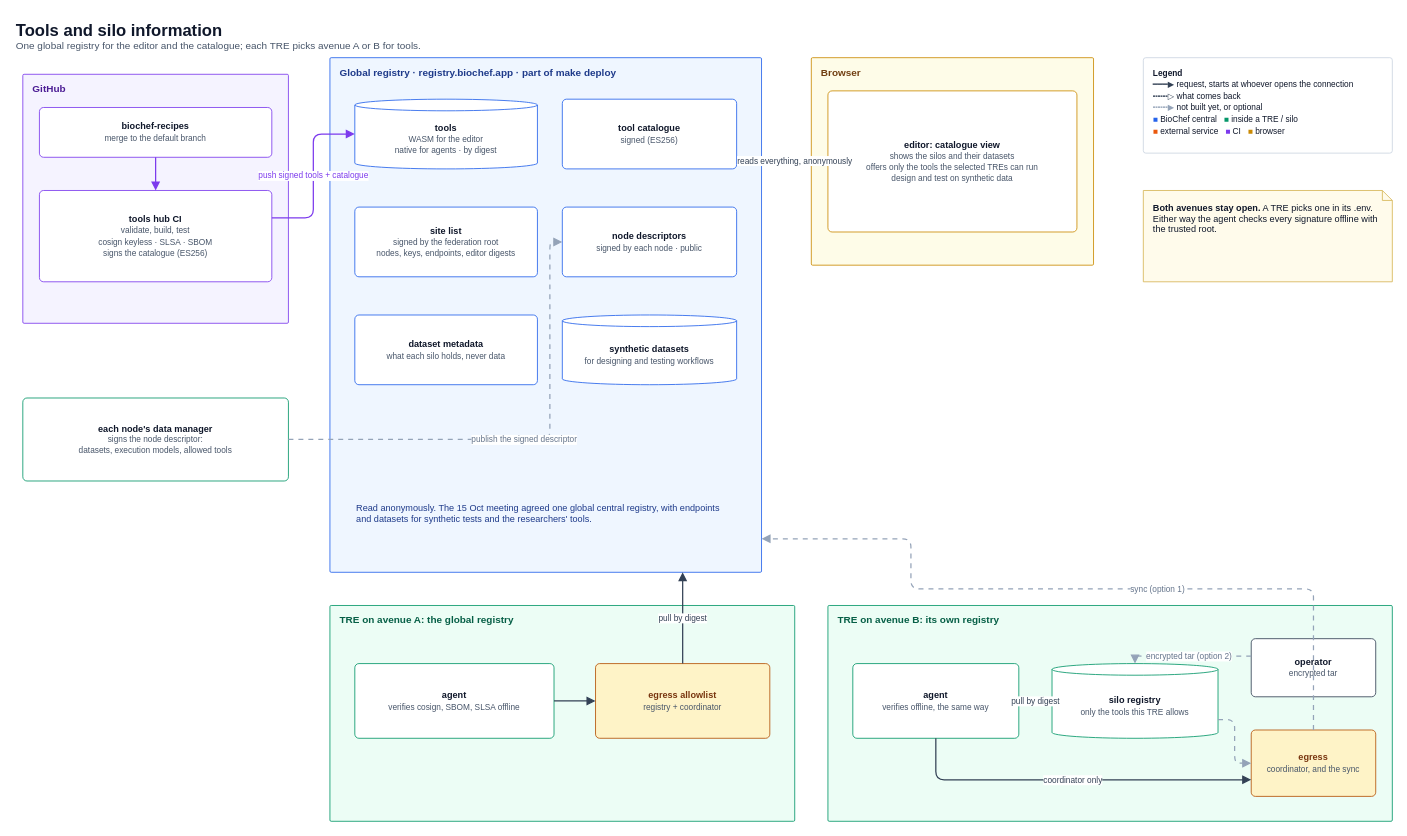
Earlier version of the draw.io diagram docs/diagrams/07-registry-catalogue.drawio (ieeta-pt/biochef-infra). Source tidied: cells renumbered, new cells numbered last; positions are measured from the earlier drawing's top-left corner, leaving out a move shared by most shapes. Both pictures are drawn from the tidied source at 83%, with x=0, y=0 at pixel (14, 14).
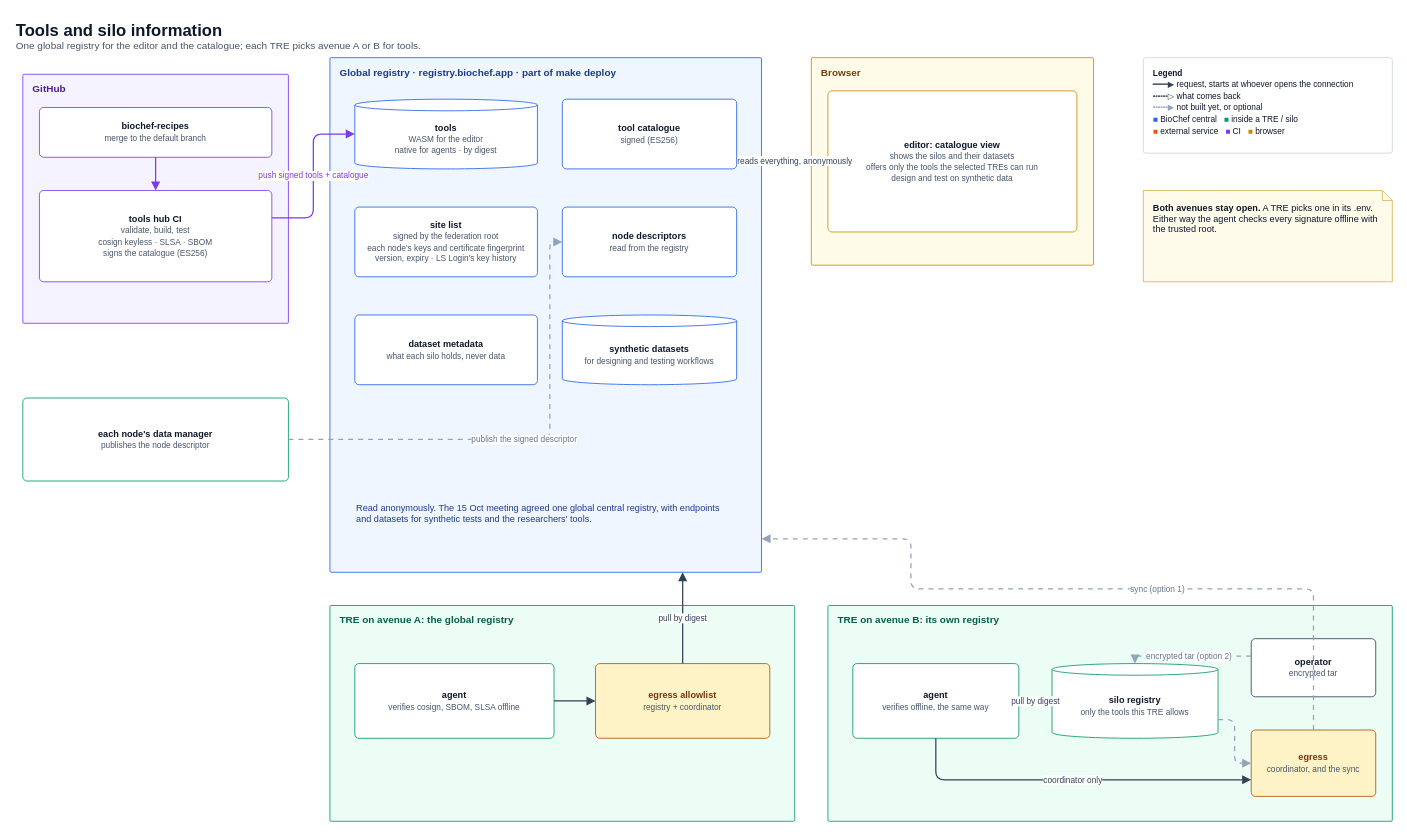
The same diagram, later.

The change refers to these unchanged cells:
```xml
<mxCell id="7" value="Global registry · registry.biochef.app · part of make deploy" style="rounded=1;arcSize=3;absoluteArcSize=1;html=1;whiteSpace=wrap;verticalAlign=top;align=left;spacingLeft=10;spacingTop=4;fontSize=12;fontStyle=1;fillColor=#eff6ff;strokeColor=#2563eb;fontColor=#1e3a8a;" parent="1" vertex="1">
  <mxGeometry x="380" y="52" width="520" height="620" as="geometry" />
</mxCell>
```

Diff of the diagram source:
```diff
@@
-    <mxCell id="6" value="&lt;b&gt;each node's data manager&lt;/b&gt;&lt;br&gt;&lt;font style=&quot;font-size:10px&quot; color=&quot;#475569&quot;&gt;signs the node descriptor:&lt;/font&gt;&lt;br&gt;&lt;font style=&quot;font-size:10px&quot; color=&quot;#475569&quot;&gt;datasets, execution models, allowed tools&lt;/font&gt;" style="html=1;whiteSpace=wrap;fontSize=11;fillColor=#ffffff;strokeColor=#059669;fontColor=#0f172a;align=center;verticalAlign=middle;spacing=4;rounded=1;arcSize=10;absoluteArcSize=1;" parent="1" vertex="1">
+    <mxCell id="6" value="&lt;b&gt;each node's data manager&lt;/b&gt;&lt;br&gt;&lt;font style=&quot;font-size:10px&quot; color=&quot;#475569&quot;&gt;publishes the node descriptor&lt;/font&gt;" style="html=1;whiteSpace=wrap;fontSize=11;fillColor=#ffffff;strokeColor=#059669;fontColor=#0f172a;align=center;verticalAlign=middle;spacing=4;rounded=1;arcSize=10;absoluteArcSize=1;" parent="1" vertex="1">
       <mxGeometry x="10" y="462" width="320" height="100" as="geometry" />
     </mxCell>
@@
-    <mxCell id="10" value="&lt;b&gt;site list&lt;/b&gt;&lt;br&gt;&lt;font style=&quot;font-size:10px&quot; color=&quot;#475569&quot;&gt;signed by the federation root&lt;/font&gt;&lt;br&gt;&lt;font style=&quot;font-size:10px&quot; color=&quot;#475569&quot;&gt;nodes, keys, endpoints, editor digests&lt;/font&gt;" style="html=1;whiteSpace=wrap;fontSize=11;fillColor=#ffffff;strokeColor=#2563eb;fontColor=#0f172a;align=center;verticalAlign=middle;spacing=4;rounded=1;arcSize=10;absoluteArcSize=1;" parent="7" vertex="1">
+    <mxCell id="10" value="&lt;b&gt;site list&lt;/b&gt;&lt;br&gt;&lt;font style=&quot;font-size:10px&quot; color=&quot;#475569&quot;&gt;signed by the federation root&lt;/font&gt;&lt;br&gt;&lt;font style=&quot;font-size:10px&quot; color=&quot;#475569&quot;&gt;each node's keys and certificate fingerprint&lt;/font&gt;&lt;br&gt;&lt;font style=&quot;font-size:10px&quot; color=&quot;#475569&quot;&gt;version, expiry · LS Login's key history&lt;/font&gt;" style="html=1;whiteSpace=wrap;fontSize=11;fillColor=#ffffff;strokeColor=#2563eb;fontColor=#0f172a;align=center;verticalAlign=middle;spacing=4;rounded=1;arcSize=10;absoluteArcSize=1;" parent="7" vertex="1">
       <mxGeometry x="30" y="180" width="220" height="84" as="geometry" />
     </mxCell>
-    <mxCell id="11" value="&lt;b&gt;node descriptors&lt;/b&gt;&lt;br&gt;&lt;font style=&quot;font-size:10px&quot; color=&quot;#475569&quot;&gt;signed by each node · public&lt;/font&gt;" style="html=1;whiteSpace=wrap;fontSize=11;fillColor=#ffffff;strokeColor=#2563eb;fontColor=#0f172a;align=center;verticalAlign=middle;spacing=4;rounded=1;arcSize=10;absoluteArcSize=1;" parent="7" vertex="1">
+    <mxCell id="11" value="&lt;b&gt;node descriptors&lt;/b&gt;&lt;br&gt;&lt;font style=&quot;font-size:10px&quot; color=&quot;#475569&quot;&gt;read from the registry&lt;/font&gt;" style="html=1;whiteSpace=wrap;fontSize=11;fillColor=#ffffff;strokeColor=#2563eb;fontColor=#0f172a;align=center;verticalAlign=middle;spacing=4;rounded=1;arcSize=10;absoluteArcSize=1;" parent="7" vertex="1">
       <mxGeometry x="280" y="180" width="210" height="84" as="geometry" />
     </mxCell>
```
